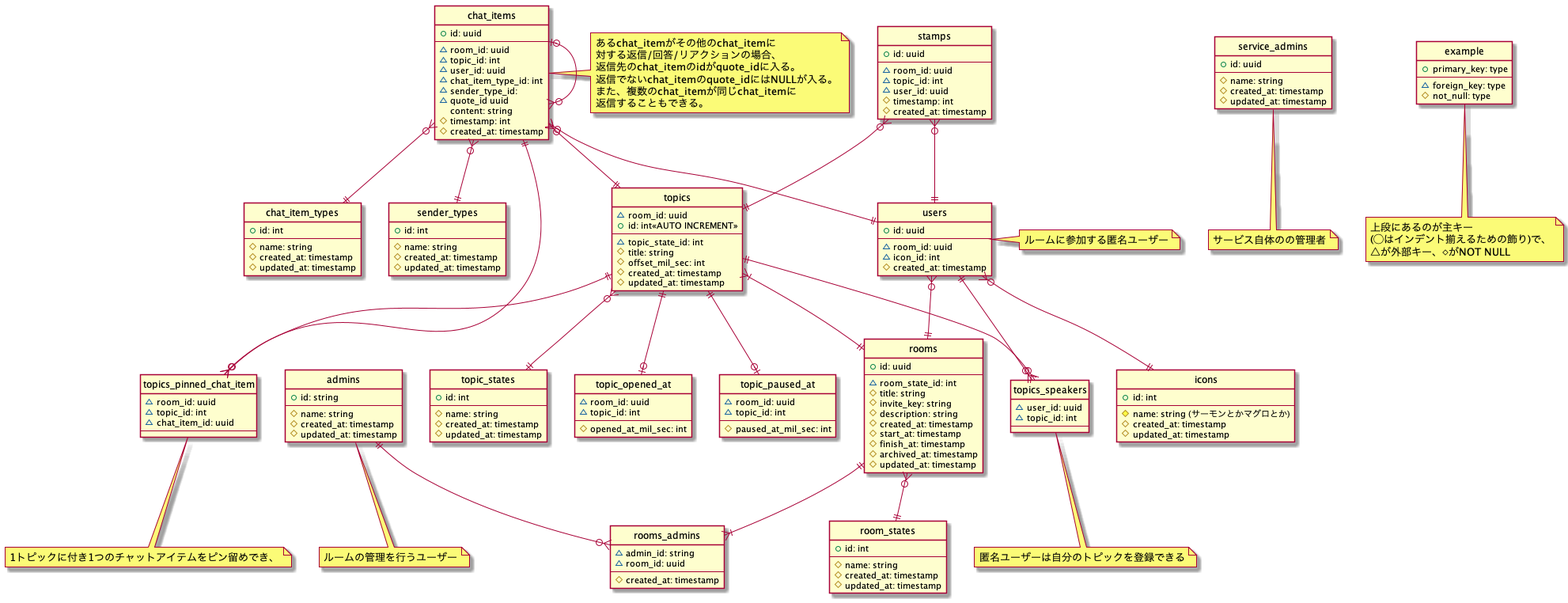
Before: doc/ER/ER_logic.png, a diagram exported from PlantUML (osushi-academy/sushi-chat).
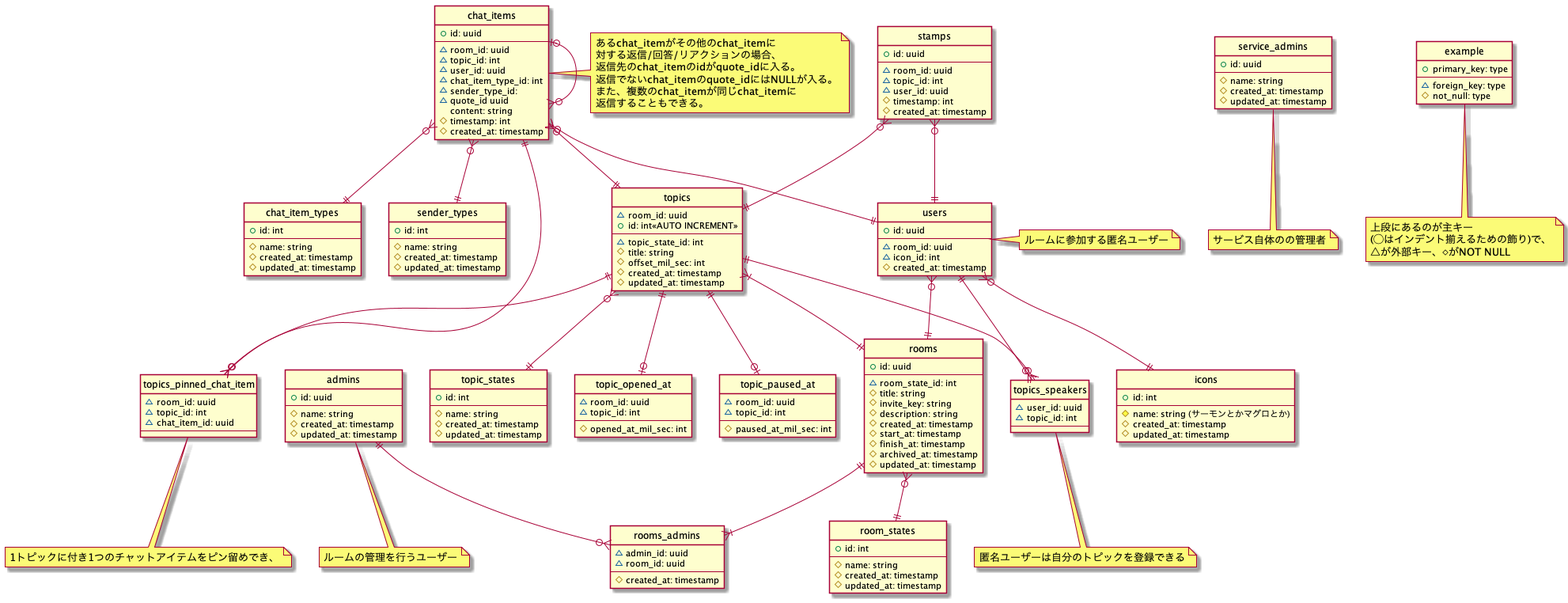
Later version of the same file.

Commit message:
changed admin id to uuid

The edit, as a diff of the source:
```diff
@@ -20,7 +20,7 @@
 note bottom: 匿名ユーザーは自分のトピックを登録できる
 
 entity admins {
-    +id: string
+    +id: uuid
     --
     #name: string
     #created_at: timestamp
@@ -29,7 +29,7 @@
 note bottom: ルームの管理を行うユーザー
 
 entity rooms_admins {
-    ~admin_id: string
+    ~admin_id: uuid
     ~room_id: uuid
     --
     #created_at: timestamp
```
